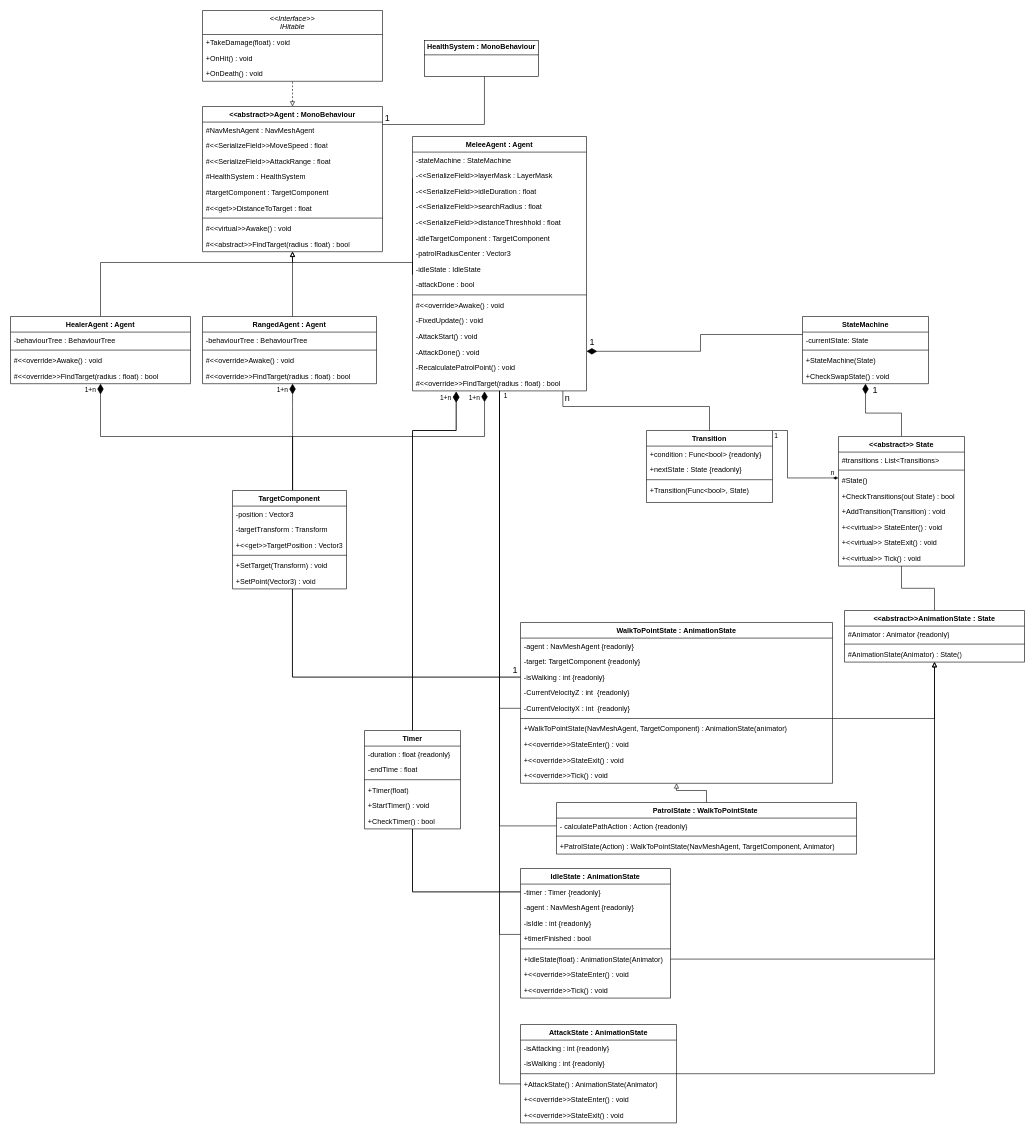
Earlier version of the draw.io diagram page "Page-1" (1 of 2) of KIProjektKlasseDiagram.drawio (RDMJoker/LL_Semester2_Project). Source tidied: cells renumbered, new cells numbered last; positions are measured from the earlier drawing's top-left corner, leaving out a move shared by most shapes. Both pictures are drawn from the tidied source at 60%, with x=0, y=0 at pixel (10, 10).
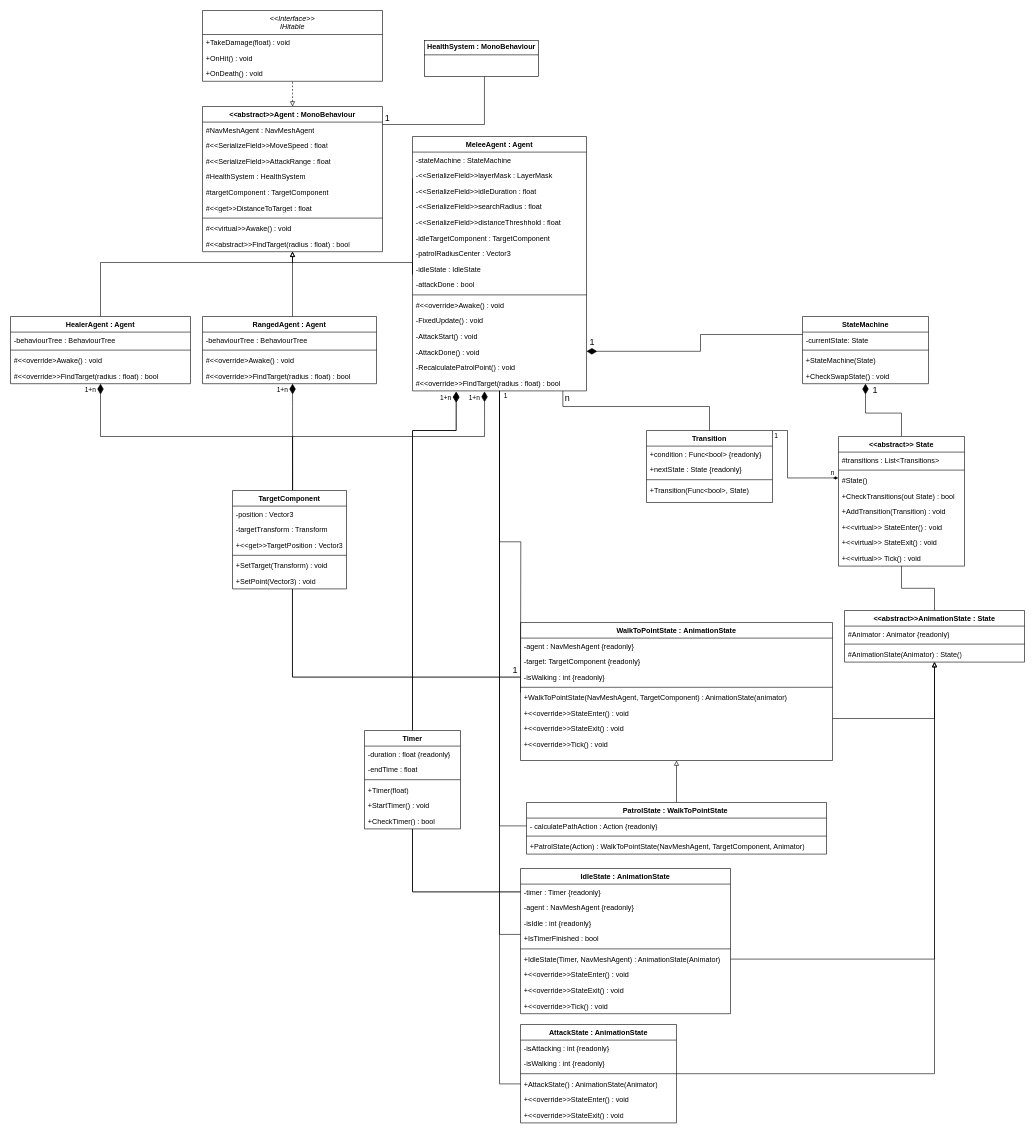
The same diagram, later.

The change refers to these unchanged cells:
```xml
<mxCell id="5" value="MeleeAgent : Agent" style="swimlane;fontStyle=1;align=center;verticalAlign=top;horizontal=1;startSize=26;rounded=0;shadow=0;strokeWidth=1;" parent="1" vertex="1">
  <mxGeometry x="670" y="210" width="290" height="424" as="geometry" />
</mxCell>
```

Diff of the diagram source:
```diff
@@
     <mxCell id="46" value="WalkToPointState : AnimationState" style="swimlane;fontStyle=1;align=center;verticalAlign=top;horizontal=1;startSize=26;rounded=0;shadow=0;strokeWidth=1;" parent="1" vertex="1">
-      <mxGeometry x="850" y="1020" width="520" height="268" as="geometry" />
+      <mxGeometry x="850" y="1020" width="520" height="230" as="geometry" />
     </mxCell>
@@
-    <mxCell id="50" value="-CurrentVelocityZ : int  {readonly}" style="text;align=left;verticalAlign=top;spacingLeft=4;spacingRight=4;overflow=hidden;" parent="46" vertex="1">
-      <mxGeometry y="104" width="520" height="26" as="geometry" />
-    </mxCell>
-    <mxCell id="51" value="-CurrentVelocityX : int  {readonly}" style="text;align=left;verticalAlign=top;spacingLeft=4;spacingRight=4;overflow=hidden;points=[[0,0.5],[1,0.5]];portConstraint=eastwest;" parent="46" vertex="1">
-      <mxGeometry y="130" width="520" height="26" as="geometry" />
-    </mxCell>
     <mxCell id="52" style="line;html=1;strokeWidth=1;align=left;verticalAlign=middle;spacingTop=-1;spacingLeft=3;spacingRight=3;labelPosition=right;" parent="46" vertex="1">
-      <mxGeometry y="156" width="520" height="8" as="geometry" />
+      <mxGeometry y="104" width="520" height="8" as="geometry" />
     </mxCell>
     <mxCell id="53" value="+WalkToPointState(NavMeshAgent, TargetComponent) : AnimationState(animator)" style="text;align=left;verticalAlign=top;spacingLeft=4;spacingRight=4;overflow=hidden;" parent="46" vertex="1">
-      <mxGeometry y="164" width="520" height="26" as="geometry" />
+      <mxGeometry y="112" width="520" height="26" as="geometry" />
     </mxCell>
     <mxCell id="54" value="+&lt;&lt;override&gt;&gt;StateEnter() : void" style="text;align=left;verticalAlign=top;spacingLeft=4;spacingRight=4;overflow=hidden;" parent="46" vertex="1">
-      <mxGeometry y="190" width="520" height="26" as="geometry" />
+      <mxGeometry y="138" width="520" height="26" as="geometry" />
     </mxCell>
     <mxCell id="55" value="+&lt;&lt;override&gt;&gt;StateExit() : void" style="text;align=left;verticalAlign=top;spacingLeft=4;spacingRight=4;overflow=hidden;" parent="46" vertex="1">
-      <mxGeometry y="216" width="520" height="26" as="geometry" />
+      <mxGeometry y="164" width="520" height="26" as="geometry" />
     </mxCell>
     <mxCell id="56" value="+&lt;&lt;override&gt;&gt;Tick() : void" style="text;align=left;verticalAlign=top;spacingLeft=4;spacingRight=4;overflow=hidden;" parent="46" vertex="1">
-      <mxGeometry y="242" width="520" height="26" as="geometry" />
+      <mxGeometry y="190" width="520" height="26" as="geometry" />
     </mxCell>
@@
     <mxCell id="58" value="IdleState : AnimationState" style="swimlane;fontStyle=1;align=center;verticalAlign=top;horizontal=1;startSize=26;rounded=0;shadow=0;strokeWidth=1;" parent="1" vertex="1">
-      <mxGeometry x="850" y="1430" width="250" height="216" as="geometry" />
+      <mxGeometry x="850" y="1430" width="350" height="242" as="geometry" />
     </mxCell>
     <mxCell id="59" value="-timer : Timer {readonly}" style="text;align=left;verticalAlign=top;spacingLeft=4;spacingRight=4;overflow=hidden;points=[[0,0.5],[1,0.5]];portConstraint=eastwest;" parent="58" vertex="1">
-      <mxGeometry y="26" width="250" height="26" as="geometry" />
+      <mxGeometry y="26" width="350" height="26" as="geometry" />
     </mxCell>
     <mxCell id="60" value="-agent : NavMeshAgent {readonly}" style="text;align=left;verticalAlign=top;spacingLeft=4;spacingRight=4;overflow=hidden;" parent="58" vertex="1">
-      <mxGeometry y="52" width="250" height="26" as="geometry" />
+      <mxGeometry y="52" width="350" height="26" as="geometry" />
     </mxCell>
     <mxCell id="61" value="-isIdle : int {readonly}" style="text;align=left;verticalAlign=top;spacingLeft=4;spacingRight=4;overflow=hidden;" parent="58" vertex="1">
-      <mxGeometry y="78" width="250" height="26" as="geometry" />
+      <mxGeometry y="78" width="350" height="26" as="geometry" />
     </mxCell>
-    <mxCell id="62" value="+timerFinished : bool" style="text;align=left;verticalAlign=top;spacingLeft=4;spacingRight=4;overflow=hidden;points=[[0,0.5],[1,0.5]];portConstraint=eastwest;" parent="58" vertex="1">
-      <mxGeometry y="104" width="250" height="26" as="geometry" />
+    <mxCell id="62" value="+IsTimerFinished : bool" style="text;align=left;verticalAlign=top;spacingLeft=4;spacingRight=4;overflow=hidden;points=[[0,0.5],[1,0.5]];portConstraint=eastwest;" parent="58" vertex="1">
+      <mxGeometry y="104" width="350" height="26" as="geometry" />
     </mxCell>
     <mxCell id="63" style="line;html=1;strokeWidth=1;align=left;verticalAlign=middle;spacingTop=-1;spacingLeft=3;spacingRight=3;labelPosition=right;" parent="58" vertex="1">
-      <mxGeometry y="130" width="250" height="8" as="geometry" />
+      <mxGeometry y="130" width="350" height="8" as="geometry" />
     </mxCell>
-    <mxCell id="64" value="+IdleState(float) : AnimationState(Animator)" style="text;align=left;verticalAlign=top;spacingLeft=4;spacingRight=4;overflow=hidden;points=[[0,0.5],[1,0.5]];portConstraint=eastwest;" parent="58" vertex="1">
-      <mxGeometry y="138" width="250" height="26" as="geometry" />
+    <mxCell id="64" value="+IdleState(Timer, NavMeshAgent) : AnimationState(Animator)" style="text;align=left;verticalAlign=top;spacingLeft=4;spacingRight=4;overflow=hidden;points=[[0,0.5],[1,0.5]];portConstraint=eastwest;" parent="58" vertex="1">
+      <mxGeometry y="138" width="350" height="26" as="geometry" />
     </mxCell>
     <mxCell id="65" value="+&lt;&lt;override&gt;&gt;StateEnter() : void" style="text;align=left;verticalAlign=top;spacingLeft=4;spacingRight=4;overflow=hidden;" parent="58" vertex="1">
-      <mxGeometry y="164" width="250" height="26" as="geometry" />
+      <mxGeometry y="164" width="350" height="26" as="geometry" />
     </mxCell>
+    <mxCell id="148" value="+&lt;&lt;override&gt;&gt;StateExit() : void" style="text;align=left;verticalAlign=top;spacingLeft=4;spacingRight=4;overflow=hidden;" parent="58" vertex="1">
+      <mxGeometry y="190" width="350" height="26" as="geometry" />
+    </mxCell>
     <mxCell id="66" value="+&lt;&lt;override&gt;&gt;Tick() : void" style="text;align=left;verticalAlign=top;spacingLeft=4;spacingRight=4;overflow=hidden;" parent="58" vertex="1">
-      <mxGeometry y="190" width="250" height="26" as="geometry" />
+      <mxGeometry y="216" width="350" height="26" as="geometry" />
     </mxCell>
@@
     <mxCell id="126" value="PatrolState : WalkToPointState&amp;nbsp;" style="swimlane;fontStyle=1;align=center;verticalAlign=top;horizontal=1;startSize=26;whiteSpace=wrap;html=1;" parent="1" vertex="1">
-      <mxGeometry x="910" y="1320" width="500" height="86" as="geometry" />
+      <mxGeometry x="860" y="1320" width="500" height="86" as="geometry" />
     </mxCell>
@@
-    <mxCell id="145" style="edgeStyle=orthogonalEdgeStyle;rounded=0;jettySize=auto;html=1;endArrow=none;endFill=0;" parent="1" edge="1" source="51" target="5">
-      <mxGeometry relative="1" as="geometry" />
+    <mxCell id="145" style="edgeStyle=orthogonalEdgeStyle;rounded=0;jettySize=auto;html=1;endArrow=none;endFill=0;" parent="1" edge="1" target="5">
+      <mxGeometry relative="1" as="geometry">
+        <mxPoint x="850" y="1137" as="sourcePoint" />
+      </mxGeometry>
     </mxCell>
```
